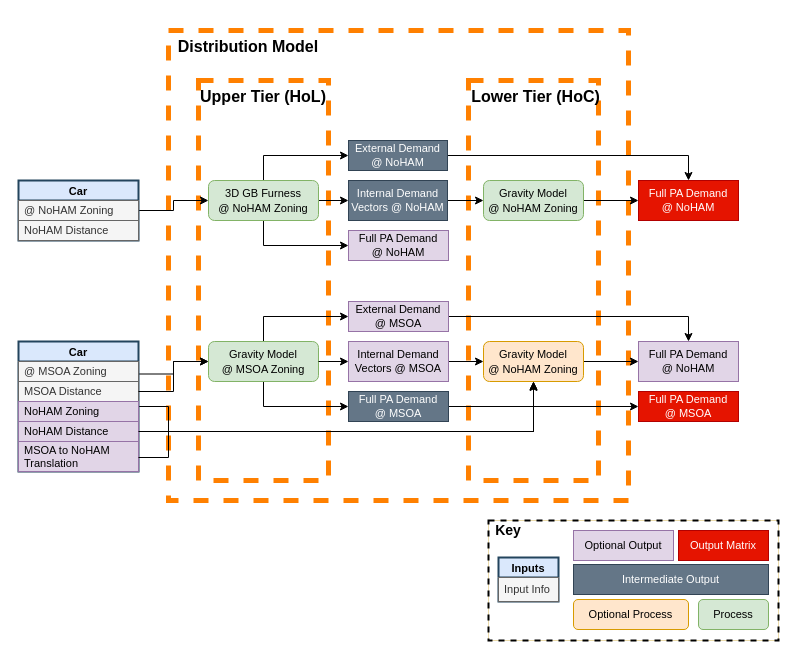
Above: page "New Runs" (3 of 3) of docs/op_models/TMS/TMS_flow.drawio in Transport-for-the-North/NorMITs-Demand (draw.io), before the change. Source tidied: cells renumbered, new cells numbered last; positions are measured from the earlier drawing's top-left corner, leaving out a move shared by most shapes. Both pictures are drawn from the tidied source at 100%, with x=0, y=0 at pixel (18, 30).
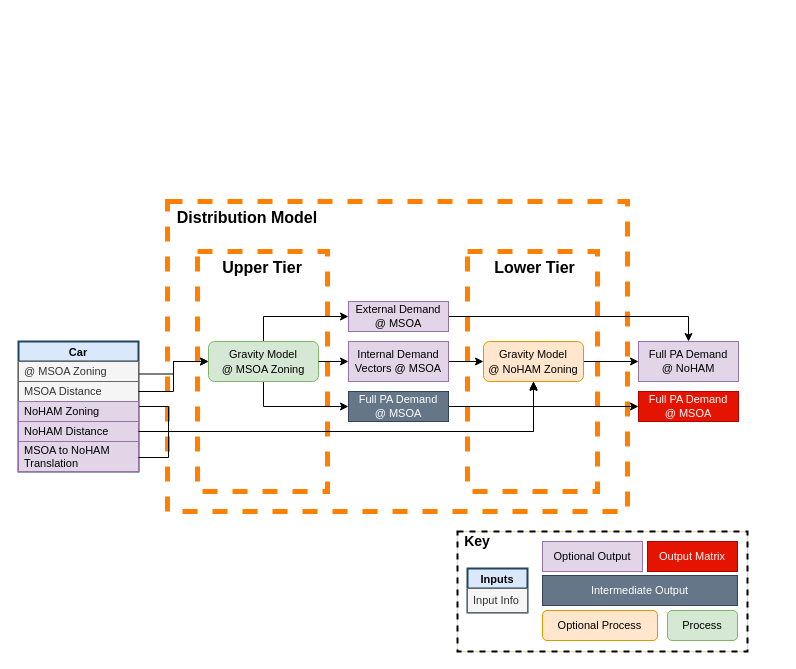
Above is the later version.

What changed in the source:
```diff
@@
     <mxCell id="2" style="rounded=0;whiteSpace=wrap;html=1;strokeWidth=5;fontSize=11;dashed=1;fillColor=none;strokeColor=#FF8000;" parent="1" vertex="1">
-      <mxGeometry x="150" width="460" height="470" as="geometry" />
+      <mxGeometry x="149" y="171" width="460" height="310" as="geometry" />
     </mxCell>
     <mxCell id="3" style="rounded=0;whiteSpace=wrap;html=1;strokeWidth=5;fontSize=11;dashed=1;fillColor=none;strokeColor=#FF8000;" parent="1" vertex="1">
-      <mxGeometry x="450" y="50" width="130" height="400" as="geometry" />
+      <mxGeometry x="449" y="221" width="130" height="240" as="geometry" />
     </mxCell>
     <mxCell id="4" style="rounded=0;whiteSpace=wrap;html=1;strokeWidth=5;fontSize=11;dashed=1;fillColor=none;strokeColor=#FF8000;" parent="1" vertex="1">
-      <mxGeometry x="180" y="50" width="130" height="400" as="geometry" />
+      <mxGeometry x="179" y="221" width="130" height="240" as="geometry" />
     </mxCell>
-    <mxCell id="5" style="edgeStyle=orthogonalEdgeStyle;rounded=0;jettySize=auto;html=1;exitX=1;exitY=0.5;exitDx=0;exitDy=0;entryX=0;entryY=0.5;entryDx=0;entryDy=0;" parent="1" edge="1" source="6" target="12">
-      <mxGeometry relative="1" as="geometry" />
-    </mxCell>
-    <mxCell id="6" value="Car" style="swimlane;fontStyle=1;horizontal=1;startSize=20;fillColor=#dae8fc;rounded=0;glass=0;fontSize=11;align=center;strokeWidth=2;strokeColor=#23445D;" parent="1" vertex="1">
-      <mxGeometry y="150" width="120" height="60" as="geometry" />
-    </mxCell>
-    <mxCell id="7" value="@ NoHAM Zoning" style="text;strokeColor=#666666;fillColor=#f5f5f5;align=left;verticalAlign=middle;spacingLeft=4;spacingRight=4;overflow=hidden;fontSize=11;whiteSpace=wrap;fontColor=#333333;" parent="6" vertex="1">
-      <mxGeometry y="20" width="120" height="20" as="geometry" />
-    </mxCell>
-    <mxCell id="8" value="NoHAM Distance" style="text;strokeColor=#666666;fillColor=#f5f5f5;align=left;verticalAlign=middle;spacingLeft=4;spacingRight=4;overflow=hidden;fontSize=11;whiteSpace=wrap;fontColor=#333333;" parent="6" vertex="1">
-      <mxGeometry y="40" width="120" height="20" as="geometry" />
-    </mxCell>
-    <mxCell id="9" style="edgeStyle=orthogonalEdgeStyle;rounded=0;jettySize=auto;html=1;exitX=1;exitY=0.5;exitDx=0;exitDy=0;entryX=0;entryY=0.5;entryDx=0;entryDy=0;" parent="1" edge="1" source="12" target="19">
-      <mxGeometry relative="1" as="geometry" />
-    </mxCell>
-    <mxCell id="10" style="edgeStyle=orthogonalEdgeStyle;rounded=0;jettySize=auto;html=1;exitX=0.5;exitY=0;exitDx=0;exitDy=0;entryX=0;entryY=0.5;entryDx=0;entryDy=0;" parent="1" edge="1" source="12" target="16">
-      <mxGeometry relative="1" as="geometry" />
-    </mxCell>
-    <mxCell id="11" style="edgeStyle=orthogonalEdgeStyle;rounded=0;jumpStyle=arc;jettySize=auto;html=1;exitX=0.5;exitY=1;exitDx=0;exitDy=0;entryX=0;entryY=0.5;entryDx=0;entryDy=0;" parent="1" edge="1" source="12" target="57">
-      <mxGeometry relative="1" as="geometry" />
-    </mxCell>
-    <mxCell id="12" value="&lt;font style=&quot;font-size: 11px&quot;&gt;3D GB Furness&lt;br&gt;@ NoHAM Zoning&lt;br&gt;&lt;/font&gt;" style="rounded=1;whiteSpace=wrap;html=1;fillColor=#d5e8d4;strokeColor=#82b366;" parent="1" vertex="1">
-      <mxGeometry x="190" y="150" width="110" height="40" as="geometry" />
-    </mxCell>
-    <mxCell id="13" style="edgeStyle=orthogonalEdgeStyle;rounded=0;jettySize=auto;html=1;exitX=1;exitY=0.5;exitDx=0;exitDy=0;entryX=0;entryY=0.5;entryDx=0;entryDy=0;" parent="1" edge="1" source="14" target="17">
-      <mxGeometry relative="1" as="geometry" />
-    </mxCell>
-    <mxCell id="14" value="&lt;font style=&quot;font-size: 11px&quot;&gt;Gravity Model&lt;br&gt;@ NoHAM Zoning&lt;br&gt;&lt;/font&gt;" style="rounded=1;whiteSpace=wrap;html=1;fillColor=#d5e8d4;strokeColor=#82b366;" parent="1" vertex="1">
-      <mxGeometry x="465" y="150" width="100" height="40" as="geometry" />
-    </mxCell>
-    <mxCell id="15" style="edgeStyle=orthogonalEdgeStyle;rounded=0;jettySize=auto;html=1;exitX=1;exitY=0.5;exitDx=0;exitDy=0;entryX=0.5;entryY=0;entryDx=0;entryDy=0;" parent="1" edge="1" source="16" target="17">
-      <mxGeometry relative="1" as="geometry" />
-    </mxCell>
-    <mxCell id="16" value="External Demand&lt;br&gt;@ NoHAM" style="rounded=0;whiteSpace=wrap;html=1;strokeWidth=1;fillColor=#647687;strokeColor=#314354;fontSize=11;fontColor=#ffffff;" parent="1" vertex="1">
-      <mxGeometry x="330" y="110" width="99" height="30" as="geometry" />
-    </mxCell>
-    <mxCell id="17" value="Full PA Demand&lt;br&gt;@ NoHAM" style="rounded=0;whiteSpace=wrap;html=1;strokeWidth=1;fillColor=#e51400;strokeColor=#B20000;fontSize=11;fontColor=#ffffff;" parent="1" vertex="1">
-      <mxGeometry x="620" y="150" width="100" height="40" as="geometry" />
-    </mxCell>
-    <mxCell id="18" style="edgeStyle=orthogonalEdgeStyle;rounded=0;jettySize=auto;html=1;exitX=1;exitY=0.5;exitDx=0;exitDy=0;entryX=0;entryY=0.5;entryDx=0;entryDy=0;" parent="1" edge="1" source="19" target="14">
-      <mxGeometry relative="1" as="geometry" />
-    </mxCell>
-    <mxCell id="19" value="Internal Demand Vectors @ NoHAM" style="rounded=0;whiteSpace=wrap;html=1;strokeWidth=1;fillColor=#647687;strokeColor=#314354;fontSize=11;fontColor=#ffffff;" parent="1" vertex="1">
-      <mxGeometry x="330" y="150" width="99" height="40" as="geometry" />
-    </mxCell>
-    <mxCell id="20" value="&lt;h1&gt;&lt;font style=&quot;font-size: 16px&quot;&gt;&lt;b&gt;Upper Tier (HoL)&lt;/b&gt;&lt;/font&gt;&lt;/h1&gt;" style="text;html=1;strokeColor=none;fillColor=none;align=center;verticalAlign=middle;whiteSpace=wrap;rounded=0;dashed=1;fontSize=11;" parent="1" vertex="1">
-      <mxGeometry x="180" y="50" width="130" height="30" as="geometry" />
+    <mxCell id="20" value="&lt;h1&gt;&lt;font style=&quot;font-size: 16px&quot;&gt;&lt;b&gt;Upper Tier&lt;/b&gt;&lt;/font&gt;&lt;/h1&gt;" style="text;html=1;strokeColor=none;fillColor=none;align=center;verticalAlign=middle;whiteSpace=wrap;rounded=0;dashed=1;fontSize=11;" parent="1" vertex="1">
+      <mxGeometry x="179" y="221" width="130" height="30" as="geometry" />
     </mxCell>
-    <mxCell id="21" value="&lt;h1&gt;&lt;font style=&quot;font-size: 16px&quot;&gt;&lt;b&gt;Lower Tier (HoC)&lt;/b&gt;&lt;/font&gt;&lt;/h1&gt;" style="text;html=1;strokeColor=none;fillColor=none;align=center;verticalAlign=middle;whiteSpace=wrap;rounded=0;dashed=1;fontSize=11;" parent="1" vertex="1">
-      <mxGeometry x="450" y="50" width="135" height="30" as="geometry" />
+    <mxCell id="21" value="&lt;h1&gt;&lt;font style=&quot;font-size: 16px&quot;&gt;&lt;b&gt;Lower Tier&lt;/b&gt;&lt;/font&gt;&lt;/h1&gt;" style="text;html=1;strokeColor=none;fillColor=none;align=center;verticalAlign=middle;whiteSpace=wrap;rounded=0;dashed=1;fontSize=11;" parent="1" vertex="1">
+      <mxGeometry x="449" y="221" width="135" height="30" as="geometry" />
     </mxCell>
@@
     <mxCell id="44" style="group;fillColor=#fff2cc;strokeColor=#d6b656;" parent="1" vertex="1">
-      <mxGeometry x="470" y="490" width="290" height="120" as="geometry" />
+      <mxGeometry x="439" y="501" width="290" height="120" as="geometry" />
     </mxCell>
@@
-    <mxCell id="57" value="Full PA Demand&lt;br&gt;@ NoHAM" style="rounded=0;whiteSpace=wrap;html=1;strokeWidth=1;fillColor=#e1d5e7;strokeColor=#9673a6;fontSize=11;" parent="1" vertex="1">
-      <mxGeometry x="330" y="200" width="100" height="30" as="geometry" />
-    </mxCell>
     <mxCell id="58" value="&lt;h1&gt;&lt;font style=&quot;font-size: 16px&quot;&gt;&lt;b&gt;Distribution Model&lt;/b&gt;&lt;/font&gt;&lt;/h1&gt;" style="text;html=1;strokeColor=none;fillColor=none;align=center;verticalAlign=middle;whiteSpace=wrap;rounded=0;dashed=1;fontSize=11;" parent="1" vertex="1">
-      <mxGeometry x="150" width="160" height="30" as="geometry" />
+      <mxGeometry x="149" y="171" width="160" height="30" as="geometry" />
     </mxCell>
```
